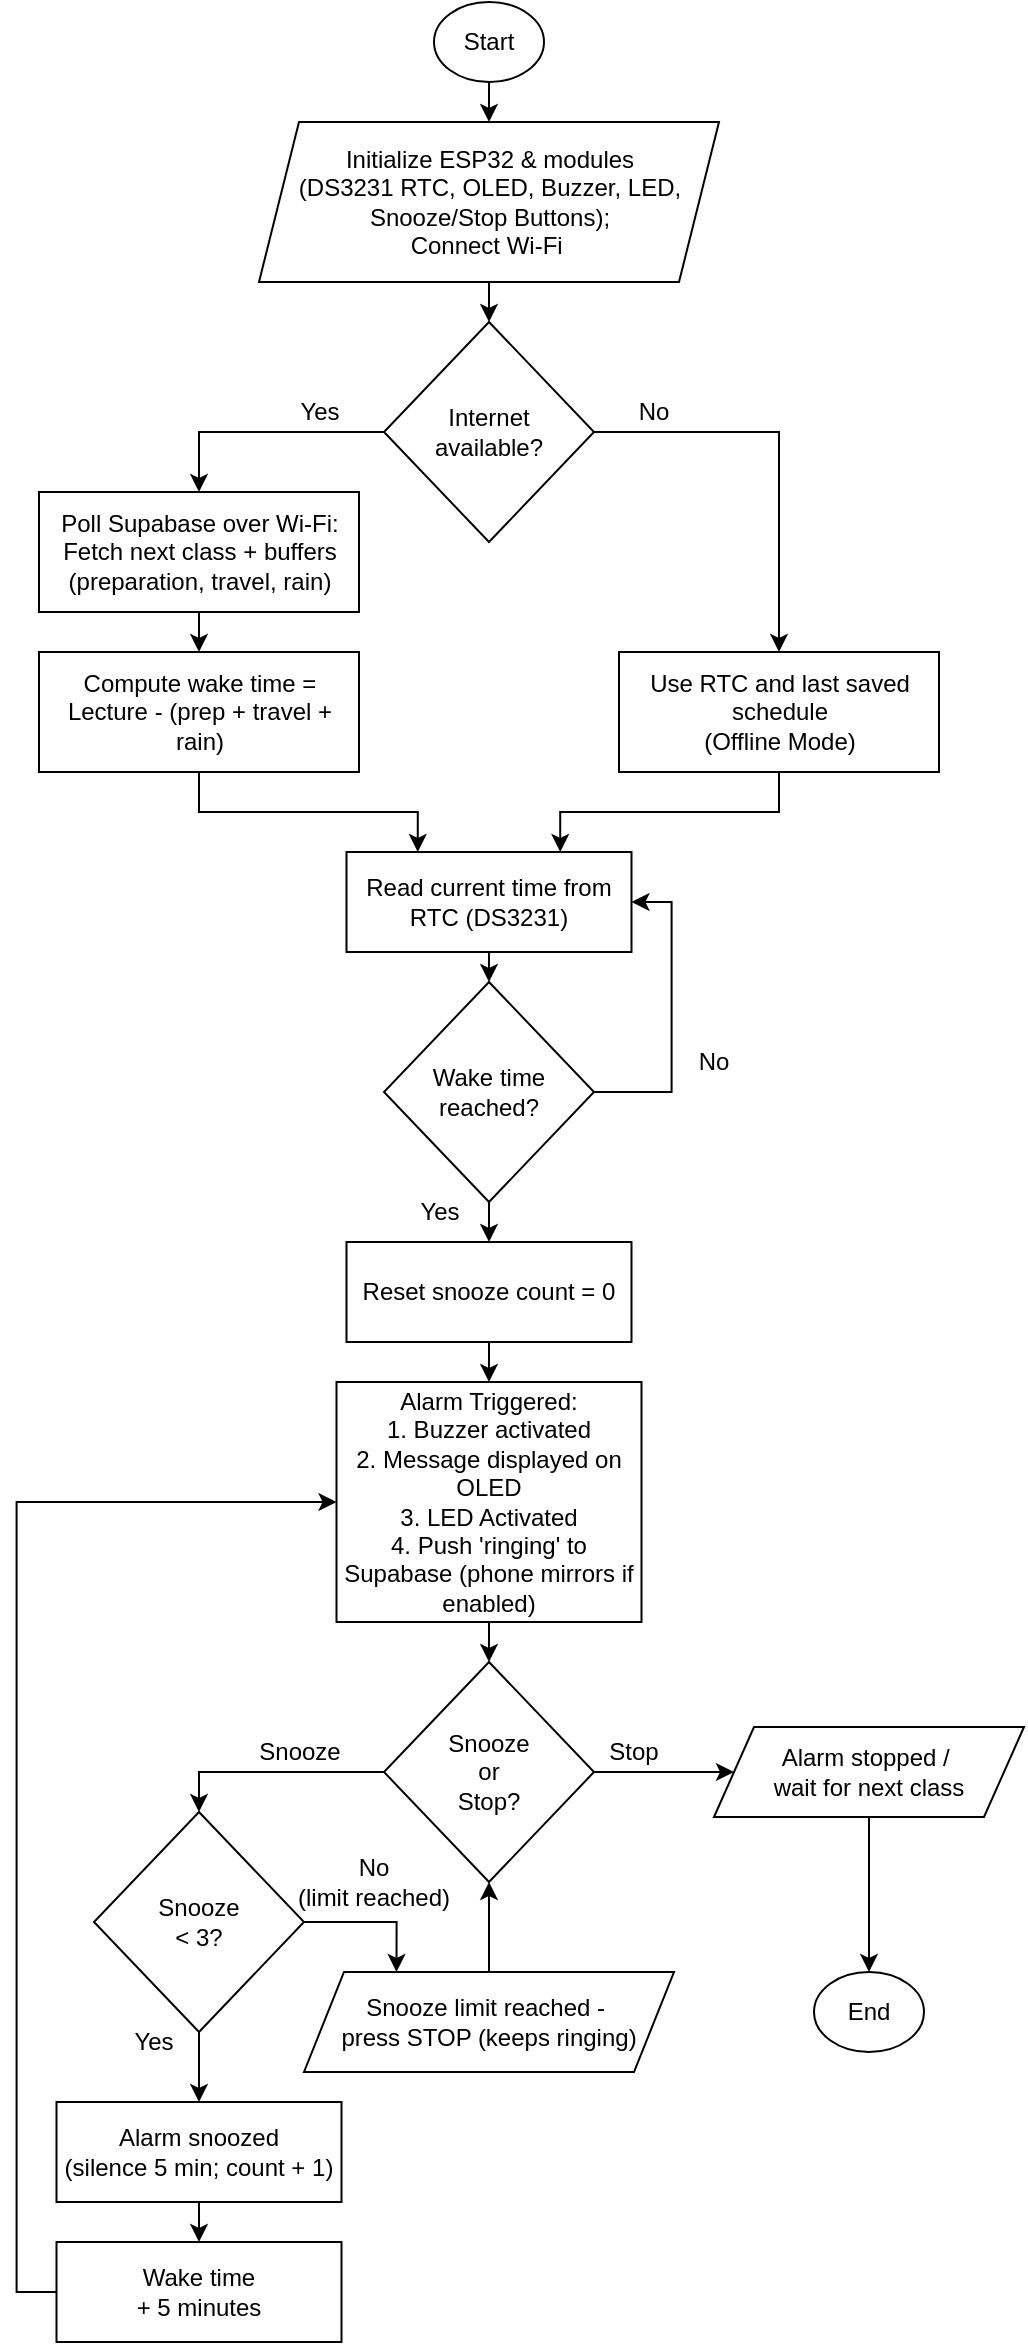
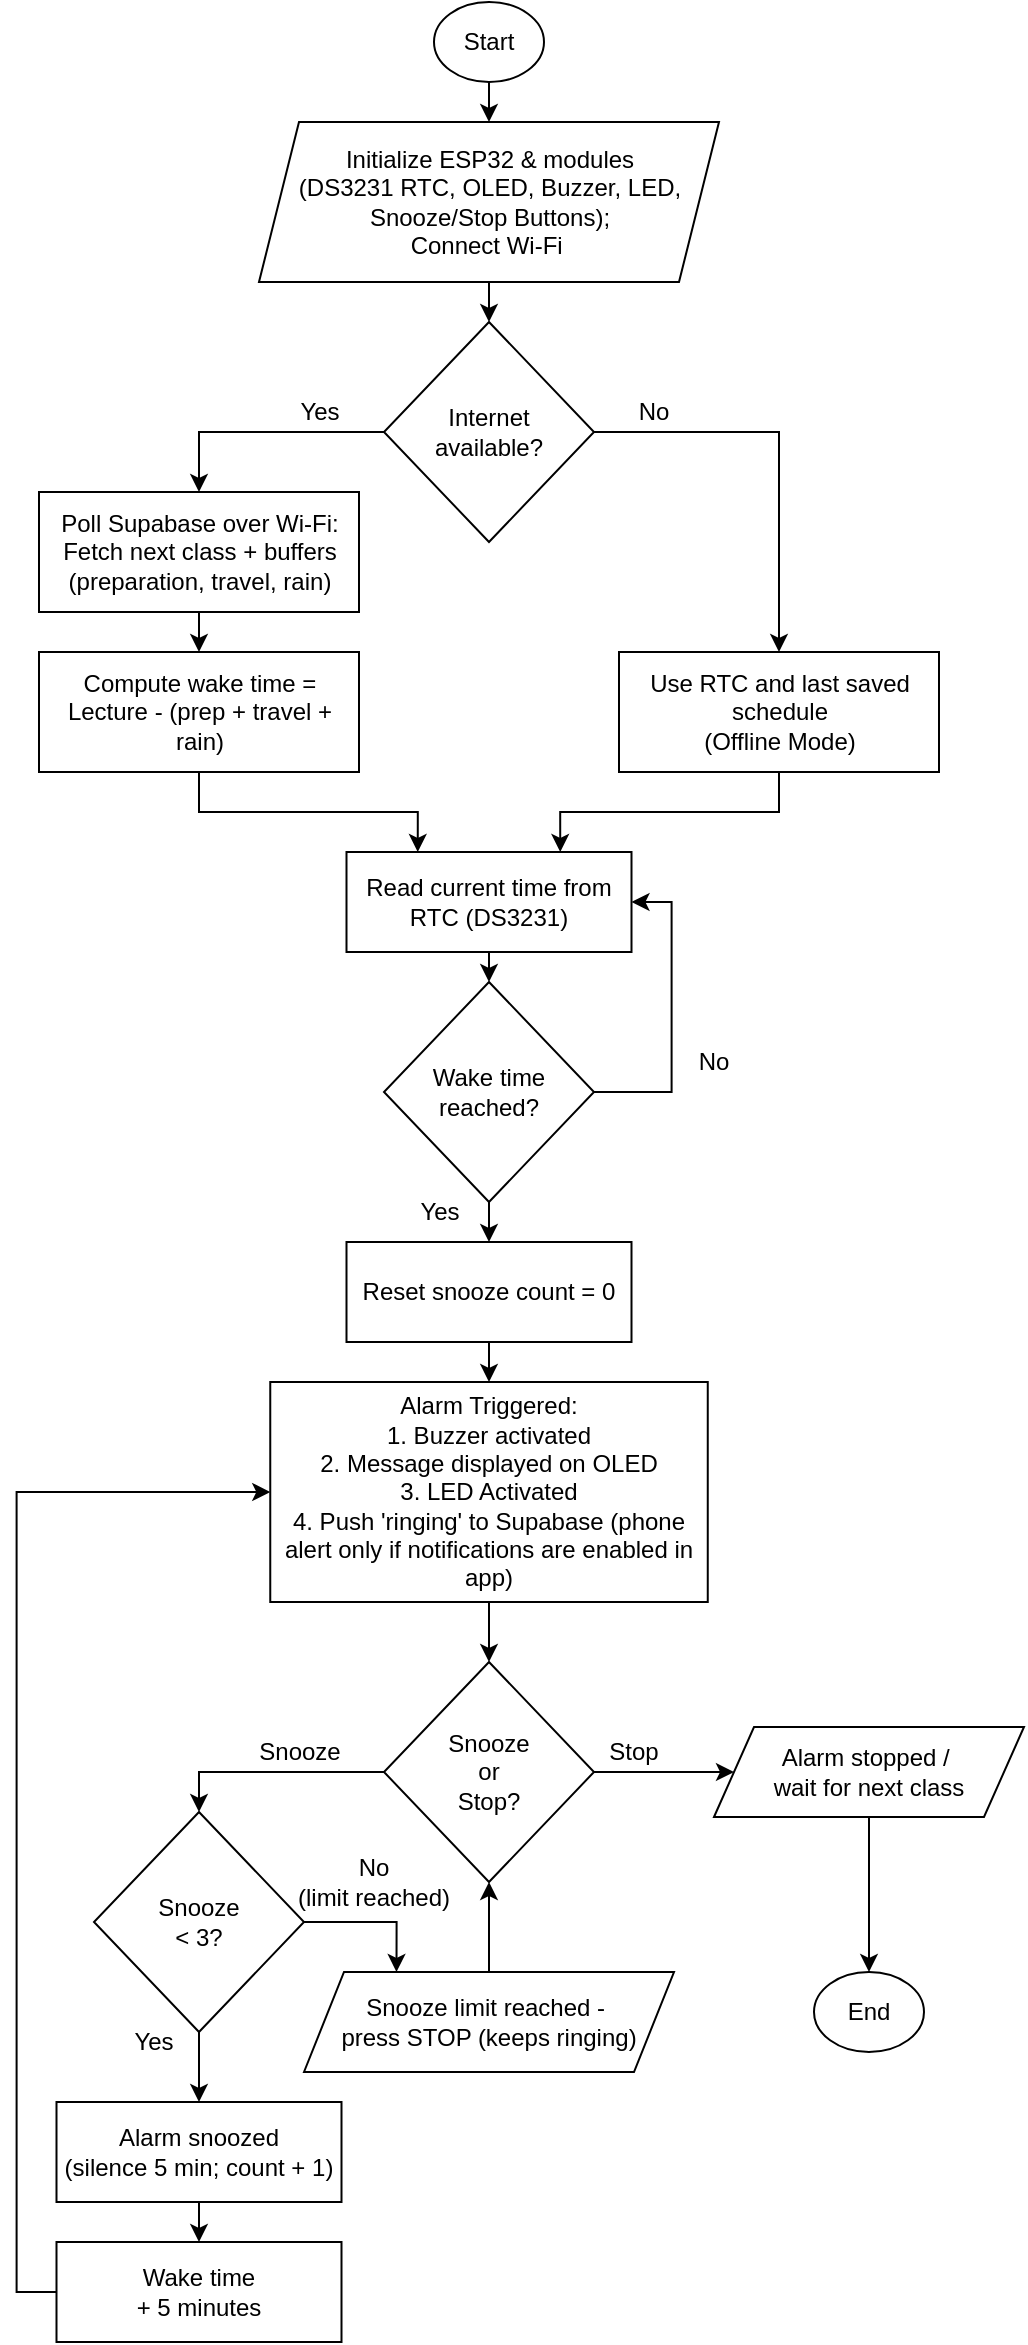
<mxfile host="app.diagrams.net">
  <diagram name="Page-1" id="qzVHdLecl3tKcGYKk_rX">
-     <mxGraphModel dx="1250" dy="1645" grid="1" gridSize="10" guides="1" tooltips="1" connect="1" arrows="1" fold="1" page="1" pageScale="1" pageWidth="850" pageHeight="1100" math="0" shadow="0">
+     <mxGraphModel dx="526" dy="693" grid="1" gridSize="10" guides="1" tooltips="1" connect="1" arrows="1" fold="1" page="1" pageScale="1" pageWidth="850" pageHeight="1100" math="0" shadow="0">
      <root>
        <mxCell id="0" />
        <mxCell id="1" parent="0" />
        <mxCell id="oEHAvb54SPrs-DQ2-KWJ-7" edge="1" parent="1" source="oEHAvb54SPrs-DQ2-KWJ-1" style="edgeStyle=orthogonalEdgeStyle;rounded=0;orthogonalLoop=1;jettySize=auto;html=1;exitX=0.5;exitY=1;exitDx=0;exitDy=0;entryX=0.5;entryY=0;entryDx=0;entryDy=0;" target="oEHAvb54SPrs-DQ2-KWJ-2">
          <mxGeometry relative="1" as="geometry" />
        </mxCell>
        <mxCell id="oEHAvb54SPrs-DQ2-KWJ-1" parent="1" style="ellipse;whiteSpace=wrap;html=1;" value="Start" vertex="1">
          <mxGeometry height="40" width="55" x="370" y="20" as="geometry" />
        </mxCell>
        <mxCell id="oEHAvb54SPrs-DQ2-KWJ-29" edge="1" parent="1" source="oEHAvb54SPrs-DQ2-KWJ-2" style="edgeStyle=orthogonalEdgeStyle;rounded=0;orthogonalLoop=1;jettySize=auto;html=1;exitX=0.5;exitY=1;exitDx=0;exitDy=0;entryX=0.5;entryY=0;entryDx=0;entryDy=0;" target="oEHAvb54SPrs-DQ2-KWJ-17">
          <mxGeometry relative="1" as="geometry" />
        </mxCell>
        <mxCell id="oEHAvb54SPrs-DQ2-KWJ-2" parent="1" style="shape=parallelogram;perimeter=parallelogramPerimeter;whiteSpace=wrap;html=1;fixedSize=1;" value="Initialize ESP32 &amp;amp; modules&lt;br&gt;(DS3231 RTC, OLED, Buzzer, LED, Snooze/Stop Buttons);&lt;div&gt;Connect Wi-Fi&amp;nbsp;&lt;/div&gt;" vertex="1">
          <mxGeometry height="80" width="230" x="282.5" y="80" as="geometry" />
        </mxCell>
        <mxCell id="oEHAvb54SPrs-DQ2-KWJ-31" edge="1" parent="1" source="oEHAvb54SPrs-DQ2-KWJ-4" style="edgeStyle=orthogonalEdgeStyle;rounded=0;orthogonalLoop=1;jettySize=auto;html=1;exitX=0.5;exitY=1;exitDx=0;exitDy=0;entryX=0.5;entryY=0;entryDx=0;entryDy=0;" target="oEHAvb54SPrs-DQ2-KWJ-26">
          <mxGeometry relative="1" as="geometry" />
        </mxCell>
        <mxCell id="oEHAvb54SPrs-DQ2-KWJ-4" parent="1" style="rounded=0;whiteSpace=wrap;html=1;" value="Poll Supabase over Wi-Fi: Fetch next class + buffers (preparation, travel, rain)" vertex="1">
          <mxGeometry height="60" width="160" x="172.5" y="265" as="geometry" />
        </mxCell>
        <mxCell id="oEHAvb54SPrs-DQ2-KWJ-41" edge="1" parent="1" source="oEHAvb54SPrs-DQ2-KWJ-5" style="edgeStyle=orthogonalEdgeStyle;rounded=0;orthogonalLoop=1;jettySize=auto;html=1;exitX=0;exitY=0.5;exitDx=0;exitDy=0;entryX=0.5;entryY=0;entryDx=0;entryDy=0;" target="oEHAvb54SPrs-DQ2-KWJ-40">
          <mxGeometry relative="1" as="geometry" />
        </mxCell>
        <mxCell id="oEHAvb54SPrs-DQ2-KWJ-51" edge="1" parent="1" source="oEHAvb54SPrs-DQ2-KWJ-5" style="edgeStyle=orthogonalEdgeStyle;rounded=0;orthogonalLoop=1;jettySize=auto;html=1;exitX=1;exitY=0.5;exitDx=0;exitDy=0;entryX=0;entryY=0.5;entryDx=0;entryDy=0;" target="oEHAvb54SPrs-DQ2-KWJ-50">
          <mxGeometry relative="1" as="geometry" />
        </mxCell>
        <mxCell id="oEHAvb54SPrs-DQ2-KWJ-5" parent="1" style="rhombus;whiteSpace=wrap;html=1;" value="Snooze&lt;div&gt;or&lt;/div&gt;&lt;div&gt;Stop?&lt;/div&gt;" vertex="1">
          <mxGeometry height="110" width="105" x="345" y="850" as="geometry" />
        </mxCell>
        <mxCell id="oEHAvb54SPrs-DQ2-KWJ-43" edge="1" parent="1" source="oEHAvb54SPrs-DQ2-KWJ-6" style="edgeStyle=orthogonalEdgeStyle;rounded=0;orthogonalLoop=1;jettySize=auto;html=1;exitX=0.5;exitY=0;exitDx=0;exitDy=0;entryX=0.5;entryY=1;entryDx=0;entryDy=0;" target="oEHAvb54SPrs-DQ2-KWJ-5">
          <mxGeometry relative="1" as="geometry" />
        </mxCell>
        <mxCell id="oEHAvb54SPrs-DQ2-KWJ-6" parent="1" style="shape=parallelogram;perimeter=parallelogramPerimeter;whiteSpace=wrap;html=1;fixedSize=1;" value="Snooze limit reached -&amp;nbsp;&lt;div&gt;press STOP (keeps ringing)&lt;/div&gt;" vertex="1">
          <mxGeometry height="50" width="185" x="305" y="1005" as="geometry" />
        </mxCell>
        <mxCell id="oEHAvb54SPrs-DQ2-KWJ-30" edge="1" parent="1" source="oEHAvb54SPrs-DQ2-KWJ-17" style="edgeStyle=orthogonalEdgeStyle;rounded=0;orthogonalLoop=1;jettySize=auto;html=1;exitX=0;exitY=0.5;exitDx=0;exitDy=0;entryX=0.5;entryY=0;entryDx=0;entryDy=0;" target="oEHAvb54SPrs-DQ2-KWJ-4">
          <mxGeometry relative="1" as="geometry" />
        </mxCell>
        <mxCell id="oEHAvb54SPrs-DQ2-KWJ-32" edge="1" parent="1" source="oEHAvb54SPrs-DQ2-KWJ-17" style="edgeStyle=orthogonalEdgeStyle;rounded=0;orthogonalLoop=1;jettySize=auto;html=1;exitX=1;exitY=0.5;exitDx=0;exitDy=0;entryX=0.5;entryY=0;entryDx=0;entryDy=0;" target="oEHAvb54SPrs-DQ2-KWJ-27">
          <mxGeometry relative="1" as="geometry" />
        </mxCell>
        <mxCell id="oEHAvb54SPrs-DQ2-KWJ-17" parent="1" style="rhombus;whiteSpace=wrap;html=1;" value="Internet&lt;div&gt;available?&lt;/div&gt;" vertex="1">
          <mxGeometry height="110" width="105" x="345" y="180" as="geometry" />
        </mxCell>
        <mxCell id="oEHAvb54SPrs-DQ2-KWJ-19" parent="1" style="text;html=1;whiteSpace=wrap;strokeColor=none;fillColor=none;align=center;verticalAlign=middle;rounded=0;" value="Yes" vertex="1">
          <mxGeometry height="30" width="60" x="342.5" y="610" as="geometry" />
        </mxCell>
        <mxCell id="oEHAvb54SPrs-DQ2-KWJ-20" parent="1" style="text;html=1;whiteSpace=wrap;strokeColor=none;fillColor=none;align=center;verticalAlign=middle;rounded=0;" value="No" vertex="1">
          <mxGeometry height="30" width="60" x="450" y="210" as="geometry" />
        </mxCell>
        <mxCell id="oEHAvb54SPrs-DQ2-KWJ-21" parent="1" style="text;html=1;whiteSpace=wrap;strokeColor=none;fillColor=none;align=center;verticalAlign=middle;rounded=0;" value="No" vertex="1">
          <mxGeometry height="30" width="60" x="480" y="535" as="geometry" />
        </mxCell>
        <mxCell id="oEHAvb54SPrs-DQ2-KWJ-22" parent="1" style="text;html=1;whiteSpace=wrap;strokeColor=none;fillColor=none;align=center;verticalAlign=middle;rounded=0;" value="Yes" vertex="1">
          <mxGeometry height="30" width="60" x="282.5" y="210" as="geometry" />
        </mxCell>
        <mxCell id="oEHAvb54SPrs-DQ2-KWJ-33" edge="1" parent="1" source="oEHAvb54SPrs-DQ2-KWJ-26" style="edgeStyle=orthogonalEdgeStyle;rounded=0;orthogonalLoop=1;jettySize=auto;html=1;exitX=0.5;exitY=1;exitDx=0;exitDy=0;entryX=0.25;entryY=0;entryDx=0;entryDy=0;" target="oEHAvb54SPrs-DQ2-KWJ-28">
          <mxGeometry relative="1" as="geometry" />
        </mxCell>
        <mxCell id="oEHAvb54SPrs-DQ2-KWJ-26" parent="1" style="rounded=0;whiteSpace=wrap;html=1;" value="Compute wake time =&lt;div&gt;Lecture - (prep + travel + rain)&lt;/div&gt;" vertex="1">
          <mxGeometry height="60" width="160" x="172.5" y="345" as="geometry" />
        </mxCell>
        <mxCell id="oEHAvb54SPrs-DQ2-KWJ-34" edge="1" parent="1" source="oEHAvb54SPrs-DQ2-KWJ-27" style="edgeStyle=orthogonalEdgeStyle;rounded=0;orthogonalLoop=1;jettySize=auto;html=1;exitX=0.5;exitY=1;exitDx=0;exitDy=0;entryX=0.75;entryY=0;entryDx=0;entryDy=0;" target="oEHAvb54SPrs-DQ2-KWJ-28">
          <mxGeometry relative="1" as="geometry" />
        </mxCell>
        <mxCell id="oEHAvb54SPrs-DQ2-KWJ-27" parent="1" style="rounded=0;whiteSpace=wrap;html=1;" value="Use RTC and last saved&lt;div&gt;schedule&lt;br&gt;(Offline Mode)&lt;/div&gt;" vertex="1">
          <mxGeometry height="60" width="160" x="462.5" y="345" as="geometry" />
        </mxCell>
        <mxCell id="oEHAvb54SPrs-DQ2-KWJ-55" edge="1" parent="1" source="oEHAvb54SPrs-DQ2-KWJ-28" style="edgeStyle=orthogonalEdgeStyle;rounded=0;orthogonalLoop=1;jettySize=auto;html=1;exitX=0.5;exitY=1;exitDx=0;exitDy=0;entryX=0.5;entryY=0;entryDx=0;entryDy=0;" target="oEHAvb54SPrs-DQ2-KWJ-54">
          <mxGeometry relative="1" as="geometry" />
        </mxCell>
        <mxCell id="oEHAvb54SPrs-DQ2-KWJ-28" parent="1" style="rounded=0;whiteSpace=wrap;html=1;" value="Read current time from&lt;div&gt;RTC (DS3231)&lt;/div&gt;" vertex="1">
          <mxGeometry height="50" width="142.5" x="326.25" y="445" as="geometry" />
        </mxCell>
        <mxCell id="oEHAvb54SPrs-DQ2-KWJ-39" edge="1" parent="1" source="oEHAvb54SPrs-DQ2-KWJ-35" style="edgeStyle=orthogonalEdgeStyle;rounded=0;orthogonalLoop=1;jettySize=auto;html=1;exitX=0.5;exitY=1;exitDx=0;exitDy=0;entryX=0.5;entryY=0;entryDx=0;entryDy=0;" target="oEHAvb54SPrs-DQ2-KWJ-36">
          <mxGeometry relative="1" as="geometry" />
        </mxCell>
        <mxCell id="oEHAvb54SPrs-DQ2-KWJ-35" parent="1" style="rounded=0;whiteSpace=wrap;html=1;" value="Reset snooze count = 0" vertex="1">
          <mxGeometry height="50" width="142.5" x="326.25" y="640" as="geometry" />
        </mxCell>
        <mxCell id="oEHAvb54SPrs-DQ2-KWJ-37" edge="1" parent="1" source="oEHAvb54SPrs-DQ2-KWJ-36" style="edgeStyle=orthogonalEdgeStyle;rounded=0;orthogonalLoop=1;jettySize=auto;html=1;exitX=0.5;exitY=1;exitDx=0;exitDy=0;entryX=0.5;entryY=0;entryDx=0;entryDy=0;" target="oEHAvb54SPrs-DQ2-KWJ-5">
          <mxGeometry relative="1" as="geometry" />
        </mxCell>
-         <mxCell id="oEHAvb54SPrs-DQ2-KWJ-36" parent="1" style="rounded=0;whiteSpace=wrap;html=1;" value="Alarm Triggered:&lt;div&gt;1. Buzzer activated&lt;/div&gt;&lt;div&gt;2. Message displayed on OLED&lt;/div&gt;&lt;div&gt;3. LED Activated&lt;/div&gt;&lt;div&gt;4. Push &#39;ringing&#39; to Supabase (phone mirrors if enabled)&lt;/div&gt;" vertex="1">
-           <mxGeometry height="120" width="152.5" x="321.25" y="710" as="geometry" />
+         <mxCell id="oEHAvb54SPrs-DQ2-KWJ-36" parent="1" style="rounded=0;whiteSpace=wrap;html=1;" value="Alarm Triggered:&lt;div&gt;1. Buzzer activated&lt;/div&gt;&lt;div&gt;2. Message displayed on OLED&lt;/div&gt;&lt;div&gt;3. LED Activated&lt;/div&gt;&lt;div&gt;4. Push &#39;ringing&#39; to Supabase (phone alert only if notifications are enabled in app)&lt;/div&gt;" vertex="1">
+           <mxGeometry height="110" width="218.75" x="288.13" y="710" as="geometry" />
        </mxCell>
        <mxCell id="oEHAvb54SPrs-DQ2-KWJ-42" edge="1" parent="1" source="oEHAvb54SPrs-DQ2-KWJ-40" style="edgeStyle=orthogonalEdgeStyle;rounded=0;orthogonalLoop=1;jettySize=auto;html=1;exitX=1;exitY=0.5;exitDx=0;exitDy=0;entryX=0.25;entryY=0;entryDx=0;entryDy=0;" target="oEHAvb54SPrs-DQ2-KWJ-6">
          <mxGeometry relative="1" as="geometry" />
        </mxCell>
        <mxCell id="oEHAvb54SPrs-DQ2-KWJ-45" edge="1" parent="1" source="oEHAvb54SPrs-DQ2-KWJ-40" style="edgeStyle=orthogonalEdgeStyle;rounded=0;orthogonalLoop=1;jettySize=auto;html=1;exitX=0.5;exitY=1;exitDx=0;exitDy=0;entryX=0.5;entryY=0;entryDx=0;entryDy=0;" target="oEHAvb54SPrs-DQ2-KWJ-44">
          <mxGeometry relative="1" as="geometry" />
        </mxCell>
        <mxCell id="oEHAvb54SPrs-DQ2-KWJ-40" parent="1" style="rhombus;whiteSpace=wrap;html=1;" value="Snooze&lt;div&gt;&amp;lt; 3?&lt;/div&gt;" vertex="1">
          <mxGeometry height="110" width="105" x="200" y="925" as="geometry" />
        </mxCell>
        <mxCell id="oEHAvb54SPrs-DQ2-KWJ-48" edge="1" parent="1" source="oEHAvb54SPrs-DQ2-KWJ-44" style="edgeStyle=orthogonalEdgeStyle;rounded=0;orthogonalLoop=1;jettySize=auto;html=1;exitX=0.5;exitY=1;exitDx=0;exitDy=0;entryX=0.5;entryY=0;entryDx=0;entryDy=0;" target="oEHAvb54SPrs-DQ2-KWJ-47">
          <mxGeometry relative="1" as="geometry" />
        </mxCell>
        <mxCell id="oEHAvb54SPrs-DQ2-KWJ-44" parent="1" style="rounded=0;whiteSpace=wrap;html=1;" value="Alarm snoozed&lt;div&gt;(silence 5 min; count + 1)&lt;/div&gt;" vertex="1">
          <mxGeometry height="50" width="142.5" x="181.25" y="1070" as="geometry" />
        </mxCell>
        <mxCell id="oEHAvb54SPrs-DQ2-KWJ-49" edge="1" parent="1" source="oEHAvb54SPrs-DQ2-KWJ-47" style="edgeStyle=orthogonalEdgeStyle;rounded=0;orthogonalLoop=1;jettySize=auto;html=1;exitX=0;exitY=0.5;exitDx=0;exitDy=0;entryX=0;entryY=0.5;entryDx=0;entryDy=0;" target="oEHAvb54SPrs-DQ2-KWJ-36">
          <mxGeometry relative="1" as="geometry" />
        </mxCell>
        <mxCell id="oEHAvb54SPrs-DQ2-KWJ-47" parent="1" style="rounded=0;whiteSpace=wrap;html=1;" value="Wake time&lt;br&gt;+ 5 minutes" vertex="1">
          <mxGeometry height="50" width="142.5" x="181.25" y="1140" as="geometry" />
        </mxCell>
        <mxCell id="oEHAvb54SPrs-DQ2-KWJ-53" edge="1" parent="1" source="oEHAvb54SPrs-DQ2-KWJ-50" style="edgeStyle=orthogonalEdgeStyle;rounded=0;orthogonalLoop=1;jettySize=auto;html=1;exitX=0.5;exitY=1;exitDx=0;exitDy=0;entryX=0.5;entryY=0;entryDx=0;entryDy=0;" target="oEHAvb54SPrs-DQ2-KWJ-52">
          <mxGeometry relative="1" as="geometry" />
        </mxCell>
        <mxCell id="oEHAvb54SPrs-DQ2-KWJ-50" parent="1" style="shape=parallelogram;perimeter=parallelogramPerimeter;whiteSpace=wrap;html=1;fixedSize=1;" value="Alarm stopped /&amp;nbsp;&lt;div&gt;wait for next class&lt;/div&gt;" vertex="1">
          <mxGeometry height="45" width="155" x="510" y="882.5" as="geometry" />
        </mxCell>
        <mxCell id="oEHAvb54SPrs-DQ2-KWJ-52" parent="1" style="ellipse;whiteSpace=wrap;html=1;" value="End" vertex="1">
          <mxGeometry height="40" width="55" x="560" y="1005" as="geometry" />
        </mxCell>
        <mxCell id="oEHAvb54SPrs-DQ2-KWJ-56" edge="1" parent="1" source="oEHAvb54SPrs-DQ2-KWJ-54" style="edgeStyle=orthogonalEdgeStyle;rounded=0;orthogonalLoop=1;jettySize=auto;html=1;exitX=0.5;exitY=1;exitDx=0;exitDy=0;entryX=0.5;entryY=0;entryDx=0;entryDy=0;" target="oEHAvb54SPrs-DQ2-KWJ-35">
          <mxGeometry relative="1" as="geometry" />
        </mxCell>
        <mxCell id="oEHAvb54SPrs-DQ2-KWJ-57" edge="1" parent="1" source="oEHAvb54SPrs-DQ2-KWJ-54" style="edgeStyle=orthogonalEdgeStyle;rounded=0;orthogonalLoop=1;jettySize=auto;html=1;exitX=1;exitY=0.5;exitDx=0;exitDy=0;entryX=1;entryY=0.5;entryDx=0;entryDy=0;" target="oEHAvb54SPrs-DQ2-KWJ-28">
          <mxGeometry relative="1" as="geometry" />
        </mxCell>
        <mxCell id="oEHAvb54SPrs-DQ2-KWJ-54" parent="1" style="rhombus;whiteSpace=wrap;html=1;" value="Wake time&lt;div&gt;reached?&lt;/div&gt;" vertex="1">
          <mxGeometry height="110" width="105" x="345" y="510" as="geometry" />
        </mxCell>
        <mxCell id="oEHAvb54SPrs-DQ2-KWJ-58" parent="1" style="text;html=1;whiteSpace=wrap;strokeColor=none;fillColor=none;align=center;verticalAlign=middle;rounded=0;" value="Stop" vertex="1">
          <mxGeometry height="30" width="60" x="440" y="880" as="geometry" />
        </mxCell>
        <mxCell id="oEHAvb54SPrs-DQ2-KWJ-60" parent="1" style="text;html=1;whiteSpace=wrap;strokeColor=none;fillColor=none;align=center;verticalAlign=middle;rounded=0;" value="Snooze" vertex="1">
          <mxGeometry height="30" width="60" x="272.5" y="880" as="geometry" />
        </mxCell>
        <mxCell id="oEHAvb54SPrs-DQ2-KWJ-61" parent="1" style="text;html=1;whiteSpace=wrap;strokeColor=none;fillColor=none;align=center;verticalAlign=middle;rounded=0;" value="Yes" vertex="1">
          <mxGeometry height="30" width="60" x="200" y="1025" as="geometry" />
        </mxCell>
        <mxCell id="oEHAvb54SPrs-DQ2-KWJ-62" parent="1" style="text;html=1;whiteSpace=wrap;strokeColor=none;fillColor=none;align=center;verticalAlign=middle;rounded=0;" value="No&lt;br&gt;(limit reached)" vertex="1">
          <mxGeometry height="20" width="100" x="290" y="950" as="geometry" />
        </mxCell>
      </root>
    </mxGraphModel>
  </diagram>
</mxfile>
